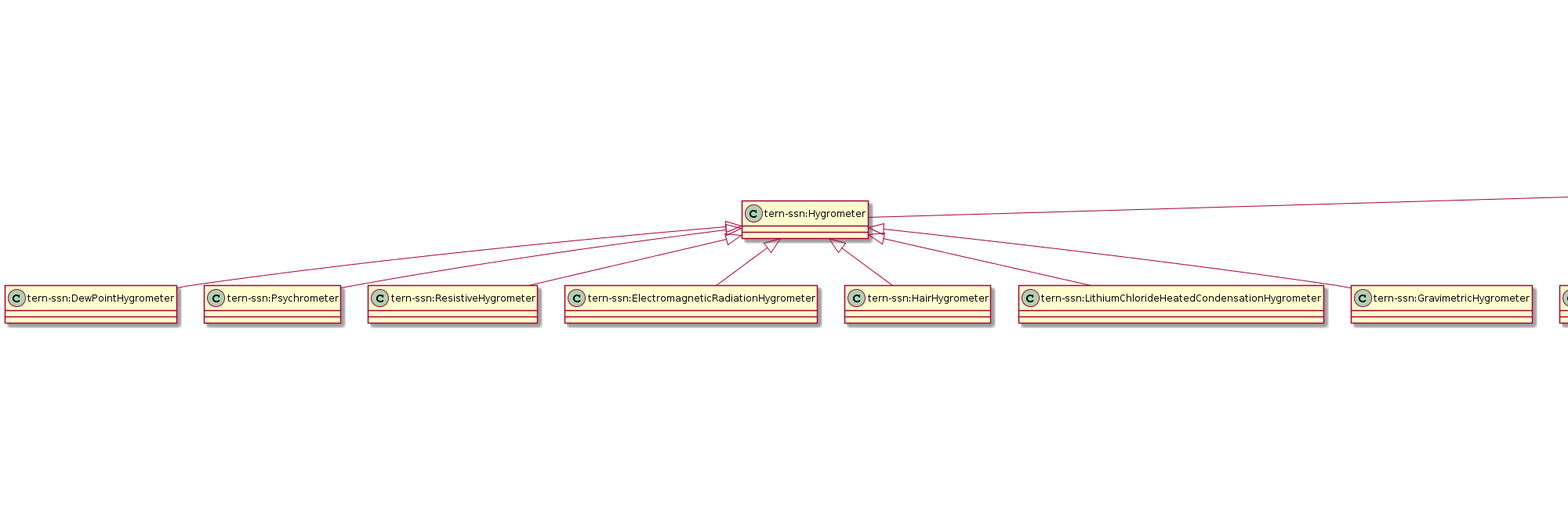
Above: docs/tern-ssn.ttl.txt.png in ternaustralia/ontology_tern-sensor (PlantUML), before the change.
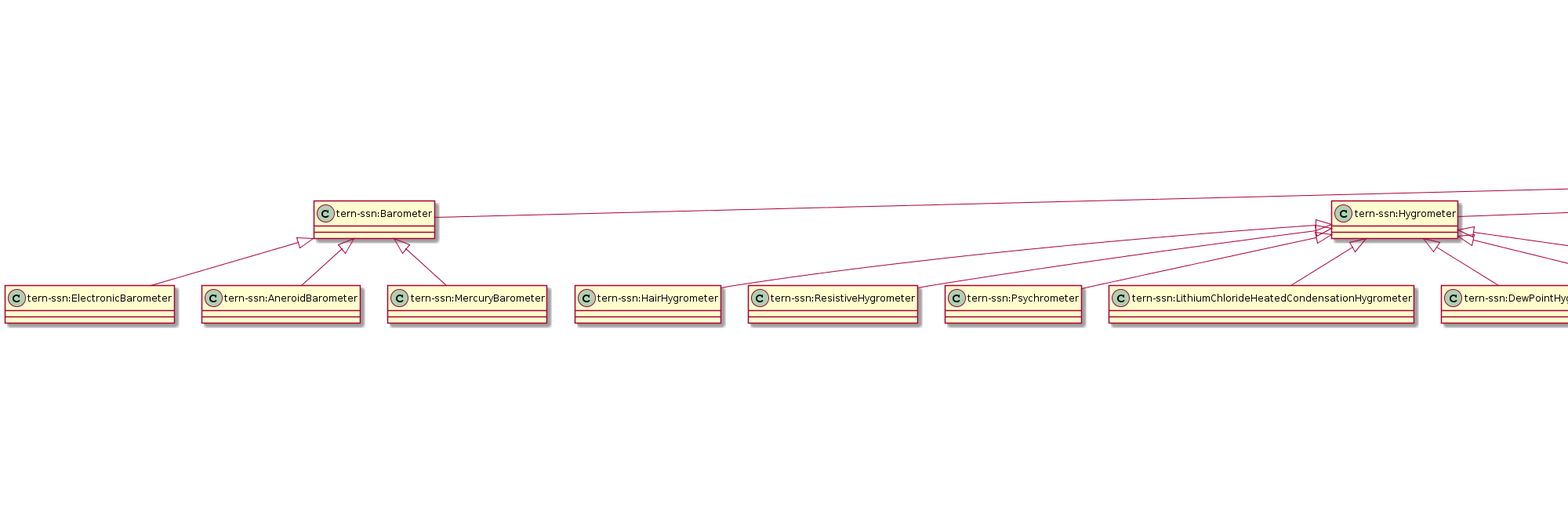
Above is the later version.

Change to the diagram source:
```diff
@@ -1,219 +1,219 @@
 @startuml
 title TERN SSN ontology extension and vocabulary
+"tern-ssn:Barometer" <|-- "tern-ssn:ElectronicBarometer"
+"tern-ssn:Radiometer" <|-- "tern-ssn:Pyrradiometer"
+"tern-ssn:Hygrometer" <|-- "tern-ssn:HairHygrometer"
+"tern-ssn:EddyCovarianceFluxTower" <|-- "tern-ssn:WalkUpTower"
+"tern-ssn:FixedPlatform" <|-- "tern-ssn:EddyCovarianceFluxTower"
+"tern-ssn:EddyCovarianceFluxTower" <|-- "tern-ssn:TripodTower"
+"sosa:Sensor" <|-- "tern-ssn:InfraredGasAnalyzer"
+"tern-ssn:RainGauge" <|-- "tern-ssn:OpticalRainGauge"
+"tern-ssn:EddyCovarianceFluxTower" <|-- "tern-ssn:PoleTower"
+"sosa:Sensor" <|-- "tern-ssn:TemperatureSensor"
+"tern-ssn:SoilMoistureSensor" <|-- "tern-ssn:TimeDomainReflectometer"
+"tern-ssn:SonicAnemometer" <|-- "tern-ssn:3DSonicAnemometer"
+"ssn:Property" <|-- "tern-ssn:SystemCapability"
+"tern-ssn:RadiationSensor" <|-- "tern-ssn:Radiometer"
+"sosa:Platform" <|-- "tern-ssn:FixedPlatform"
+"owl:Thing" <|-- "tern-ssn:DeploymentInfo"
+"ssn:Property" <|-- "tern-ssn:SystemProperty"
+"tern-ssn:Actinometer" <|-- "tern-ssn:NetRadiometer"
+"tern-ssn:Aircraft" <|-- "tern-ssn:Drone"
+"tern-ssn:Hygrometer" <|-- "tern-ssn:ResistiveHygrometer"
+"tern-ssn:RainGauge" <|-- "tern-ssn:WeighingPrecipitationGauge"
+"tern-ssn:SonicAnemometer" <|-- "tern-ssn:2DSonicAnemometer"
+"tern-ssn:Site" <|-- "tern-ssn:EcosystemProcessesSite"
+"tern-ssn:FixedPlatform" <|-- "tern-ssn:Site"
+"tern-ssn:TemperatureSensor" <|-- "tern-ssn:ResistanceThermometer"
+"schema:Event" <|-- "tern-ssn:DroneCampaign"
+"tern-ssn:RadiationSensor" <|-- "tern-ssn:Pyrheliometer"
+"sosa:Sensor" <|-- "tern-ssn:RadiationSensor"
+"tern-ssn:Radiometer" <|-- "tern-ssn:Actinometer"
+"tern-ssn:Anemometer" <|-- "tern-ssn:HotWireAnemometer"
+"tern-ssn:FixedPlatform" <|-- "tern-ssn:WeatherStation"
+"owl:Thing" <|-- "tern-ssn:FlightPlan"
+"tern-ssn:MobilePlatform" <|-- "tern-ssn:Satellite"
+"ssn:System" <|-- "sosa:Sensor"
+"tern-ssn:RainGauge" <|-- "tern-ssn:TippingBucketRainGauge"
+"sosa:Sensor" <|-- "tern-ssn:WindSensor"
+"sosa:Platform" <|-- "tern-ssn:MobilePlatform"
+"tern-ssn:Actinometer" <|-- "tern-ssn:Pyranometer"
+"tern-ssn:Hygrometer" <|-- "tern-ssn:Psychrometer"
+"sosa:Sensor" <|-- "tern-ssn:RainGauge"
+"tern-ssn:Site" <|-- "tern-ssn:SuperSite"
+"sosa:Sensor" <|-- "tern-ssn:HeatFluxSensor"
+"tern-ssn:Anemometer" <|-- "tern-ssn:CupAnemometer"
+"tern-ssn:WindSensor" <|-- "tern-ssn:Anemometer"
+"tern-ssn:MobilePlatform" <|-- "tern-ssn:Aircraft"
+"sosa:Sensor" <|-- "tern-ssn:Dendrometer"
+"sosa:Sensor" <|-- "tern-ssn:Spectrometer"
+"tern-ssn:SoilMoistureSensor" <|-- "tern-ssn:FrequencyDomainReflectometer"
+"tern-ssn:Hygrometer" <|-- "tern-ssn:LithiumChlorideHeatedCondensationHygrometer"
+"sosa:Sensor" <|-- "tern-ssn:Ceilometer"
+"tern-ssn:RadiationSensor" <|-- "tern-ssn:QuantumSensor"
 "tern-ssn:Hygrometer" <|-- "tern-ssn:DewPointHygrometer"
 "sosa:Sensor" <|-- "tern-ssn:Hygrometer"
-"owl:Thing" <|-- "tern-ssn:DeploymentInfo"
-"tern-ssn:Site" <|-- "tern-ssn:SuperSite"
-"tern-ssn:RadiationSensor" <|-- "tern-ssn:QuantumSensor"
-"sosa:Sensor" <|-- "tern-ssn:HeatFluxSensor"
-"sosa:Sensor" <|-- "tern-ssn:RainGauge"
-"tern-ssn:FixedPlatform" <|-- "tern-ssn:Site"
+"tern-ssn:Anemometer" <|-- "tern-ssn:SonicAnemometer"
+"tern-ssn:TemperatureSensor" <|-- "tern-ssn:Thermocouple"
+"tern-ssn:Site" <|-- "tern-ssn:AffiliateSuperSite"
 "sosa:Sensor" <|-- "tern-ssn:SoilMoistureSensor"
-"tern-ssn:RainGauge" <|-- "tern-ssn:TippingBucketRainGauge"
-"owl:Thing" <|-- "tern-ssn:FlightPlan"
-"tern-ssn:RainGauge" <|-- "tern-ssn:OpticalRainGauge"
-"tern-ssn:Anemometer" <|-- "tern-ssn:HotWireAnemometer"
-"tern-ssn:SonicAnemometer" <|-- "tern-ssn:3DSonicAnemometer"
+"tern-ssn:Barometer" <|-- "tern-ssn:AneroidBarometer"
+"tern-ssn:Hygrometer" <|-- "tern-ssn:GravimetricHygrometer"
+"sosa:Sensor" <|-- "tern-ssn:CapactitiveSensor"
+"tern-ssn:EddyCovarianceFluxTower" <|-- "tern-ssn:TriangleTower"
+"tern-ssn:Hygrometer" <|-- "tern-ssn:ElectromagneticRadiationHygrometer"
+"sosa:Sensor" <|-- "tern-ssn:SapFlowSensor"
+"tern-ssn:RadiationSensor" <|-- "tern-ssn:Pyrgeometer"
 "prov:Entity" <|-- "tern-ssn:SensorConfiguration"
-"sosa:Sensor" <|-- "tern-ssn:TemperatureSensor"
-"tern-ssn:Hygrometer" <|-- "tern-ssn:Psychrometer"
-"sosa:Sensor" <|-- "tern-ssn:InfraredGasAnalyzer"
-"tern-ssn:Hygrometer" <|-- "tern-ssn:ResistiveHygrometer"
-"tern-ssn:Hygrometer" <|-- "tern-ssn:ElectromagneticRadiationHygrometer"
-"tern-ssn:Site" <|-- "tern-ssn:EcosystemProcessesSite"
-"sosa:Platform" <|-- "tern-ssn:FixedPlatform"
-"sosa:Sensor" <|-- "tern-ssn:CapactitiveSensor"
-"tern-ssn:Anemometer" <|-- "tern-ssn:CupAnemometer"
+"tern-ssn:Barometer" <|-- "tern-ssn:MercuryBarometer"
+"prov:Entity" <|-- "tern-ssn:Calibration"
 "sosa:Sensor" <|-- "tern-ssn:Barometer"
-"sosa:Sensor" <|-- "tern-ssn:Spectrometer"
-"sosa:Sensor" <|-- "tern-ssn:SapFlowSensor"
-"tern-ssn:Radiometer" <|-- "tern-ssn:Pyrradiometer"
-"tern-ssn:Site" <|-- "tern-ssn:AffiliateSuperSite"
-"prov:Entity" <|-- "tern-ssn:Calibration"
-"tern-ssn:Hygrometer" <|-- "tern-ssn:HairHygrometer"
-"tern-ssn:Hygrometer" <|-- "tern-ssn:LithiumChlorideHeatedCondensationHygrometer"
-"tern-ssn:Actinometer" <|-- "tern-ssn:Pyranometer"
-"tern-ssn:TemperatureSensor" <|-- "tern-ssn:Thermocouple"
-"ssn:System" <|-- "sosa:Sensor"
-"tern-ssn:EddyCovarianceFluxTower" <|-- "tern-ssn:PoleTower"
-"tern-ssn:Aircraft" <|-- "tern-ssn:Drone"
-"sosa:Sensor" <|-- "tern-ssn:RadiationSensor"
-"tern-ssn:TemperatureSensor" <|-- "tern-ssn:ResistanceThermometer"
-"tern-ssn:RadiationSensor" <|-- "tern-ssn:Pyrgeometer"
-"tern-ssn:EddyCovarianceFluxTower" <|-- "tern-ssn:TripodTower"
-"sosa:Sensor" <|-- "tern-ssn:Dendrometer"
-"tern-ssn:SoilMoistureSensor" <|-- "tern-ssn:TimeDomainReflectometer"
-"tern-ssn:RainGauge" <|-- "tern-ssn:WeighingPrecipitationGauge"
-"ssn:Property" <|-- "tern-ssn:SystemProperty"
-"tern-ssn:Barometer" <|-- "tern-ssn:AneroidBarometer"
-"tern-ssn:Actinometer" <|-- "tern-ssn:NetRadiometer"
-"tern-ssn:Barometer" <|-- "tern-ssn:MercuryBarometer"
-"tern-ssn:Hygrometer" <|-- "tern-ssn:GravimetricHygrometer"
-"tern-ssn:EddyCovarianceFluxTower" <|-- "tern-ssn:TriangleTower"
-"schema:Event" <|-- "tern-ssn:DroneCampaign"
-"tern-ssn:Barometer" <|-- "tern-ssn:ElectronicBarometer"
-"tern-ssn:SoilMoistureSensor" <|-- "tern-ssn:FrequencyDomainReflectometer"
-"sosa:Platform" <|-- "tern-ssn:MobilePlatform"
-"tern-ssn:RadiationSensor" <|-- "tern-ssn:Radiometer"
-"tern-ssn:Radiometer" <|-- "tern-ssn:Actinometer"
-"tern-ssn:SonicAnemometer" <|-- "tern-ssn:2DSonicAnemometer"
-"tern-ssn:EddyCovarianceFluxTower" <|-- "tern-ssn:WalkUpTower"
-"ssn:Property" <|-- "tern-ssn:SystemCapability"
-"tern-ssn:WindSensor" <|-- "tern-ssn:Anemometer"
-"tern-ssn:FixedPlatform" <|-- "tern-ssn:WeatherStation"
-"sosa:Sensor" <|-- "tern-ssn:WindSensor"
-"tern-ssn:MobilePlatform" <|-- "tern-ssn:Satellite"
-"sosa:Sensor" <|-- "tern-ssn:Ceilometer"
-"tern-ssn:RadiationSensor" <|-- "tern-ssn:Pyrheliometer"
-"tern-ssn:FixedPlatform" <|-- "tern-ssn:EddyCovarianceFluxTower"
 "tern-ssn:TemperatureSensor" <|-- "tern-ssn:Thermistor"
-"tern-ssn:MobilePlatform" <|-- "tern-ssn:Aircraft"
-"tern-ssn:Anemometer" <|-- "tern-ssn:SonicAnemometer"
+Class "tern-ssn:ElectronicBarometer" [[https://w3id.org/tern/ontologies/ssn/ElectronicBarometer]] {
+}
+Class "tern-ssn:Pyrradiometer" [[https://w3id.org/tern/ontologies/ssn/Pyrradiometer]] {
+}
+Class "tern-ssn:HairHygrometer" [[https://w3id.org/tern/ontologies/ssn/HairHygrometer]] {
+}
+Class "tern-ssn:WalkUpTower" [[https://w3id.org/tern/ontologies/ssn/WalkUpTower]] {
+}
+Class "tern-ssn:EddyCovarianceFluxTower" [[https://w3id.org/tern/ontologies/ssn/EddyCovarianceFluxTower]] {
+}
+Class "tern-ssn:TripodTower" [[https://w3id.org/tern/ontologies/ssn/TripodTower]] {
+}
+Class "sosa:Platform" [[http://www.w3.org/ns/sosa/Platform]] {
+}
+Class "tern-ssn:InfraredGasAnalyzer" [[https://w3id.org/tern/ontologies/ssn/InfraredGasAnalyzer]] {
+}
+Class "tern-ssn:OpticalRainGauge" [[https://w3id.org/tern/ontologies/ssn/OpticalRainGauge]] {
+}
+Class "tern-ssn:PoleTower" [[https://w3id.org/tern/ontologies/ssn/PoleTower]] {
+}
+Class "tern-ssn:TemperatureSensor" [[https://w3id.org/tern/ontologies/ssn/TemperatureSensor]] {
+}
+Class "tern-ssn:TimeDomainReflectometer" [[https://w3id.org/tern/ontologies/ssn/TimeDomainReflectometer]] {
+}
+Class "tern-ssn:3DSonicAnemometer" [[https://w3id.org/tern/ontologies/ssn/3DSonicAnemometer]] {
+}
+Class "tern-ssn:SystemCapability" [[https://www.w3.org/ns/ssn/systems/SystemCapability]] {
+}
+Class "tern-ssn:Radiometer" [[https://w3id.org/tern/ontologies/ssn/Radiometer]] {
+}
+Class "tern-ssn:FixedPlatform" [[https://w3id.org/tern/ontologies/ssn/FixedPlatform]] {
+}
+Class "tern-ssn:DeploymentInfo" [[https://w3id.org/tern/ontologies/ssn/DeploymentInfo]] {
+}
+Class "tern-ssn:SystemProperty" [[https://www.w3.org/ns/ssn/systems/SystemProperty]] {
+}
+Class "tern-ssn:NetRadiometer" [[https://w3id.org/tern/ontologies/ssn/NetRadiometer]] {
+}
+Class "tern-ssn:Drone" [[https://w3id.org/tern/ontologies/ssn/Drone]] {
+}
+Class "tern-ssn:ResistiveHygrometer" [[https://w3id.org/tern/ontologies/ssn/ResistiveHygrometer]] {
+}
+Class "tern-ssn:WeighingPrecipitationGauge" [[https://w3id.org/tern/ontologies/ssn/WeighingPrecipitationGauge]] {
+}
+Class "tern-ssn:2DSonicAnemometer" [[https://w3id.org/tern/ontologies/ssn/2DSonicAnemometer]] {
+}
+Class "tern-ssn:EcosystemProcessesSite" [[https://w3id.org/tern/ontologies/ssn/EcosystemProcessesSite]] {
+}
+Class "tern-ssn:Site" [[https://w3id.org/tern/ontologies/ssn/Site]] {
+}
+Class "tern-ssn:ResistanceThermometer" [[https://w3id.org/tern/ontologies/ssn/ResistanceThermometer]] {
+}
+Class "tern-ssn:DroneCampaign" [[https://w3id.org/tern/ontologies/ssn/DroneCampaign]] {
+}
+Class "ssn:Deployment" [[http://www.w3.org/ns/ssn/Deployment]] {
+}
+Class "tern-ssn:Pyrheliometer" [[https://w3id.org/tern/ontologies/ssn/Pyrheliometer]] {
+}
+Class "tern-ssn:RadiationSensor" [[https://w3id.org/tern/ontologies/ssn/RadiationSensor]] {
+}
+Class "tern-ssn:Actinometer" [[https://w3id.org/tern/ontologies/ssn/Actinometer]] {
+}
+Class "tern-ssn:HotWireAnemometer" [[https://w3id.org/tern/ontologies/ssn/HotWireAnemometer]] {
+}
+Class "tern-ssn:WeatherStation" [[https://w3id.org/tern/ontologies/ssn/WeatherStation]] {
+}
+Class "tern-ssn:FlightPlan" [[https://w3id.org/tern/ontologies/ssn/FlightPlan]] {
+}
+Class "tern-ssn:Satellite" [[https://w3id.org/tern/ontologies/ssn/Satellite]] {
+}
+Class "sosa:Sensor" [[http://www.w3.org/ns/sosa/Sensor]] {
+}
+Class "tern-ssn:TippingBucketRainGauge" [[https://w3id.org/tern/ontologies/ssn/TippingBucketRainGauge]] {
+}
+Class "tern-ssn:WindSensor" [[https://w3id.org/tern/ontologies/ssn/WindSensor]] {
+}
+Class "tern-ssn:MobilePlatform" [[https://w3id.org/tern/ontologies/ssn/MobilePlatform]] {
+}
+Class "tern-ssn:Pyranometer" [[https://w3id.org/tern/ontologies/ssn/Pyranometer]] {
+}
+Class "tern-ssn:Psychrometer" [[https://w3id.org/tern/ontologies/ssn/Psychrometer]] {
+}
+Class "tern-ssn:RainGauge" [[https://w3id.org/tern/ontologies/ssn/RainGauge]] {
+}
+Class "tern-ssn:SuperSite" [[https://w3id.org/tern/ontologies/ssn/SuperSite]] {
+}
+Class "tern-ssn:ub1bL23C25" [[ub1bL23C25]] {
+}
+Class "ssn:System" [[http://www.w3.org/ns/ssn/System]] {
+}
+Class "tern-ssn:HeatFluxSensor" [[https://w3id.org/tern/ontologies/ssn/HeatFluxSensor]] {
+}
+Class "tern-ssn:CupAnemometer" [[https://w3id.org/tern/ontologies/ssn/CupAnemometer]] {
+}
+Class "tern-ssn:Anemometer" [[https://w3id.org/tern/ontologies/ssn/Anemometer]] {
+}
+Class "tern-ssn:Aircraft" [[https://w3id.org/tern/ontologies/ssn/Aircraft]] {
+}
+Class "tern-ssn:Dendrometer" [[https://w3id.org/tern/ontologies/ssn/Dendrometer]] {
+}
+Class "tern-ssn:Spectrometer" [[https://w3id.org/tern/ontologies/ssn/Spectrometer]] {
+}
+Class "tern-ssn:FrequencyDomainReflectometer" [[https://w3id.org/tern/ontologies/ssn/FrequencyDomainReflectometer]] {
+}
+Class "tern-ssn:LithiumChlorideHeatedCondensationHygrometer" [[https://w3id.org/tern/ontologies/ssn/LithiumChlorideHeatedCondensationHygrometer]] {
+}
+Class "tern-ssn:Ceilometer" [[https://w3id.org/tern/ontologies/ssn/Ceilometer]] {
+}
+Class "tern-ssn:QuantumSensor" [[https://w3id.org/tern/ontologies/ssn/QuantumSensor]] {
+}
 Class "tern-ssn:DewPointHygrometer" [[https://w3id.org/tern/ontologies/ssn/DewPointHygrometer]] {
 }
 Class "tern-ssn:Hygrometer" [[https://w3id.org/tern/ontologies/ssn/Hygrometer]] {
 }
-Class "tern-ssn:DeploymentInfo" [[https://w3id.org/tern/ontologies/ssn/DeploymentInfo]] {
+Class "tern-ssn:SonicAnemometer" [[https://w3id.org/tern/ontologies/ssn/SonicAnemometer]] {
 }
-Class "tern-ssn:SuperSite" [[https://w3id.org/tern/ontologies/ssn/SuperSite]] {
+Class "tern-ssn:Thermocouple" [[https://w3id.org/tern/ontologies/ssn/Thermocouple]] {
 }
-Class "tern-ssn:QuantumSensor" [[https://w3id.org/tern/ontologies/ssn/QuantumSensor]] {
-}
-Class "tern-ssn:HeatFluxSensor" [[https://w3id.org/tern/ontologies/ssn/HeatFluxSensor]] {
-}
-Class "tern-ssn:RainGauge" [[https://w3id.org/tern/ontologies/ssn/RainGauge]] {
-}
-Class "tern-ssn:Site" [[https://w3id.org/tern/ontologies/ssn/Site]] {
+Class "tern-ssn:AffiliateSuperSite" [[https://w3id.org/tern/ontologies/ssn/AffiliateSuperSite]] {
 }
 Class "tern-ssn:SoilMoistureSensor" [[https://w3id.org/tern/ontologies/ssn/SoilMoistureSensor]] {
 }
-Class "tern-ssn:TippingBucketRainGauge" [[https://w3id.org/tern/ontologies/ssn/TippingBucketRainGauge]] {
+Class "tern-ssn:AneroidBarometer" [[https://w3id.org/tern/ontologies/ssn/AneroidBarometer]] {
 }
-Class "tern-ssn:FlightPlan" [[https://w3id.org/tern/ontologies/ssn/FlightPlan]] {
+Class "tern-ssn:GravimetricHygrometer" [[https://w3id.org/tern/ontologies/ssn/GravimetricHygrometer]] {
 }
-Class "tern-ssn:OpticalRainGauge" [[https://w3id.org/tern/ontologies/ssn/OpticalRainGauge]] {
+Class "tern-ssn:CapactitiveSensor" [[https://w3id.org/tern/ontologies/ssn/CapactitiveSensor]] {
 }
-Class "tern-ssn:HotWireAnemometer" [[https://w3id.org/tern/ontologies/ssn/HotWireAnemometer]] {
+Class "tern-ssn:TriangleTower" [[https://w3id.org/tern/ontologies/ssn/TriangleTower]] {
 }
-Class "ssn:Deployment" [[http://www.w3.org/ns/ssn/Deployment]] {
+Class "tern-ssn:ElectromagneticRadiationHygrometer" [[https://w3id.org/tern/ontologies/ssn/ElectromagneticRadiationHygrometer]] {
 }
-Class "tern-ssn:3DSonicAnemometer" [[https://w3id.org/tern/ontologies/ssn/3DSonicAnemometer]] {
+Class "tern-ssn:SapFlowSensor" [[https://w3id.org/tern/ontologies/ssn/SapFlowSensor]] {
+}
+Class "tern-ssn:Pyrgeometer" [[https://w3id.org/tern/ontologies/ssn/Pyrgeometer]] {
 }
 Class "tern-ssn:SensorConfiguration" [[https://w3id.org/tern/ontologies/ssn/SensorConfiguration]] {
 }
-Class "tern-ssn:TemperatureSensor" [[https://w3id.org/tern/ontologies/ssn/TemperatureSensor]] {
+Class "tern-ssn:MercuryBarometer" [[https://w3id.org/tern/ontologies/ssn/MercuryBarometer]] {
 }
-Class "tern-ssn:Psychrometer" [[https://w3id.org/tern/ontologies/ssn/Psychrometer]] {
-}
-Class "tern-ssn:InfraredGasAnalyzer" [[https://w3id.org/tern/ontologies/ssn/InfraredGasAnalyzer]] {
-}
-Class "tern-ssn:ResistiveHygrometer" [[https://w3id.org/tern/ontologies/ssn/ResistiveHygrometer]] {
-}
-Class "tern-ssn:ElectromagneticRadiationHygrometer" [[https://w3id.org/tern/ontologies/ssn/ElectromagneticRadiationHygrometer]] {
-}
-Class "tern-ssn:EcosystemProcessesSite" [[https://w3id.org/tern/ontologies/ssn/EcosystemProcessesSite]] {
-}
-Class "tern-ssn:FixedPlatform" [[https://w3id.org/tern/ontologies/ssn/FixedPlatform]] {
-}
-Class "tern-ssn:CapactitiveSensor" [[https://w3id.org/tern/ontologies/ssn/CapactitiveSensor]] {
-}
-Class "tern-ssn:CupAnemometer" [[https://w3id.org/tern/ontologies/ssn/CupAnemometer]] {
+Class "tern-ssn:Calibration" [[https://w3id.org/tern/ontologies/ssn/Calibration]] {
 }
 Class "tern-ssn:Barometer" [[https://w3id.org/tern/ontologies/ssn/Barometer]] {
 }
-Class "tern-ssn:Spectrometer" [[https://w3id.org/tern/ontologies/ssn/Spectrometer]] {
-}
-Class "tern-ssn:SapFlowSensor" [[https://w3id.org/tern/ontologies/ssn/SapFlowSensor]] {
-}
-Class "tern-ssn:Pyrradiometer" [[https://w3id.org/tern/ontologies/ssn/Pyrradiometer]] {
-}
-Class "sosa:Platform" [[http://www.w3.org/ns/sosa/Platform]] {
-}
-Class "ssn:System" [[http://www.w3.org/ns/ssn/System]] {
-}
-Class "tern-ssn:AffiliateSuperSite" [[https://w3id.org/tern/ontologies/ssn/AffiliateSuperSite]] {
-}
-Class "tern-ssn:Calibration" [[https://w3id.org/tern/ontologies/ssn/Calibration]] {
-}
-Class "tern-ssn:HairHygrometer" [[https://w3id.org/tern/ontologies/ssn/HairHygrometer]] {
-}
-Class "tern-ssn:LithiumChlorideHeatedCondensationHygrometer" [[https://w3id.org/tern/ontologies/ssn/LithiumChlorideHeatedCondensationHygrometer]] {
-}
-Class "tern-ssn:Pyranometer" [[https://w3id.org/tern/ontologies/ssn/Pyranometer]] {
-}
-Class "tern-ssn:Thermocouple" [[https://w3id.org/tern/ontologies/ssn/Thermocouple]] {
-}
-Class "sosa:Sensor" [[http://www.w3.org/ns/sosa/Sensor]] {
-}
-Class "tern-ssn:PoleTower" [[https://w3id.org/tern/ontologies/ssn/PoleTower]] {
-}
-Class "tern-ssn:Drone" [[https://w3id.org/tern/ontologies/ssn/Drone]] {
-}
-Class "tern-ssn:RadiationSensor" [[https://w3id.org/tern/ontologies/ssn/RadiationSensor]] {
-}
-Class "tern-ssn:ResistanceThermometer" [[https://w3id.org/tern/ontologies/ssn/ResistanceThermometer]] {
-}
-Class "tern-ssn:Pyrgeometer" [[https://w3id.org/tern/ontologies/ssn/Pyrgeometer]] {
-}
-Class "tern-ssn:TripodTower" [[https://w3id.org/tern/ontologies/ssn/TripodTower]] {
-}
-Class "tern-ssn:Dendrometer" [[https://w3id.org/tern/ontologies/ssn/Dendrometer]] {
-}
-Class "tern-ssn:TimeDomainReflectometer" [[https://w3id.org/tern/ontologies/ssn/TimeDomainReflectometer]] {
-}
-Class "tern-ssn:WeighingPrecipitationGauge" [[https://w3id.org/tern/ontologies/ssn/WeighingPrecipitationGauge]] {
-}
-Class "tern-ssn:SystemProperty" [[https://www.w3.org/ns/ssn/systems/SystemProperty]] {
-}
-Class "tern-ssn:AneroidBarometer" [[https://w3id.org/tern/ontologies/ssn/AneroidBarometer]] {
-}
-Class "tern-ssn:NetRadiometer" [[https://w3id.org/tern/ontologies/ssn/NetRadiometer]] {
-}
-Class "tern-ssn:MercuryBarometer" [[https://w3id.org/tern/ontologies/ssn/MercuryBarometer]] {
-}
-Class "tern-ssn:GravimetricHygrometer" [[https://w3id.org/tern/ontologies/ssn/GravimetricHygrometer]] {
-}
-Class "tern-ssn:TriangleTower" [[https://w3id.org/tern/ontologies/ssn/TriangleTower]] {
-}
-Class "tern-ssn:DroneCampaign" [[https://w3id.org/tern/ontologies/ssn/DroneCampaign]] {
-}
-Class "tern-ssn:ElectronicBarometer" [[https://w3id.org/tern/ontologies/ssn/ElectronicBarometer]] {
-}
-Class "tern-ssn:FrequencyDomainReflectometer" [[https://w3id.org/tern/ontologies/ssn/FrequencyDomainReflectometer]] {
-}
-Class "tern-ssn:MobilePlatform" [[https://w3id.org/tern/ontologies/ssn/MobilePlatform]] {
-}
-Class "tern-ssn:Radiometer" [[https://w3id.org/tern/ontologies/ssn/Radiometer]] {
-}
-Class "tern-ssn:Actinometer" [[https://w3id.org/tern/ontologies/ssn/Actinometer]] {
-}
-Class "tern-ssn:2DSonicAnemometer" [[https://w3id.org/tern/ontologies/ssn/2DSonicAnemometer]] {
-}
-Class "tern-ssn:WalkUpTower" [[https://w3id.org/tern/ontologies/ssn/WalkUpTower]] {
-}
-Class "tern-ssn:SystemCapability" [[https://www.w3.org/ns/ssn/systems/SystemCapability]] {
-}
-Class "tern-ssn:Anemometer" [[https://w3id.org/tern/ontologies/ssn/Anemometer]] {
-}
-Class "tern-ssn:WeatherStation" [[https://w3id.org/tern/ontologies/ssn/WeatherStation]] {
-}
-Class "tern-ssn:WindSensor" [[https://w3id.org/tern/ontologies/ssn/WindSensor]] {
-}
-Class "tern-ssn:Satellite" [[https://w3id.org/tern/ontologies/ssn/Satellite]] {
-}
-Class "tern-ssn:Ceilometer" [[https://w3id.org/tern/ontologies/ssn/Ceilometer]] {
-}
-Class "tern-ssn:Pyrheliometer" [[https://w3id.org/tern/ontologies/ssn/Pyrheliometer]] {
-}
-Class "tern-ssn:EddyCovarianceFluxTower" [[https://w3id.org/tern/ontologies/ssn/EddyCovarianceFluxTower]] {
-}
 Class "tern-ssn:Thermistor" [[https://w3id.org/tern/ontologies/ssn/Thermistor]] {
-}
-Class "tern-ssn:Aircraft" [[https://w3id.org/tern/ontologies/ssn/Aircraft]] {
-}
-Class "tern-ssn:ub1bL23C25" [[ub1bL23C25]] {
-}
-Class "tern-ssn:SonicAnemometer" [[https://w3id.org/tern/ontologies/ssn/SonicAnemometer]] {
 }
 header
 Creator: Edmond Chuc (e.chuc@uq.edu.au)
```
